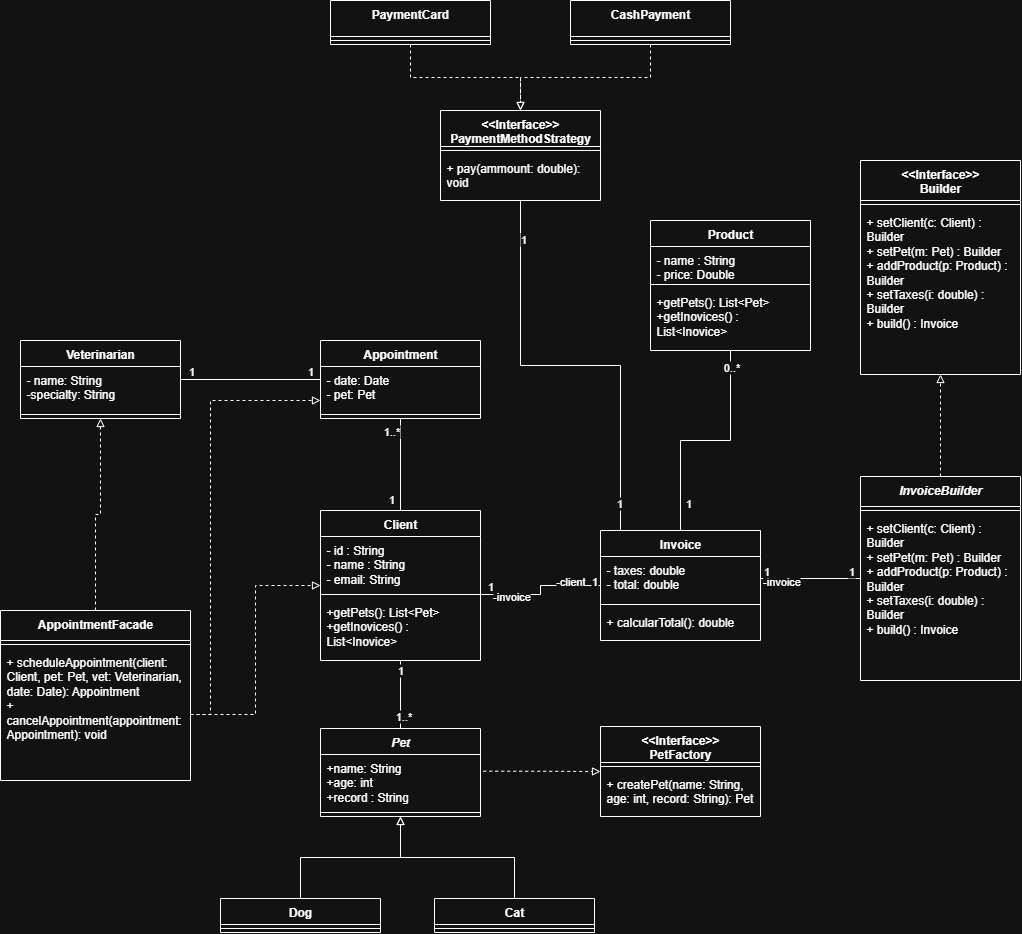
This is docs/uml/DiagramaClases.png from Dav10-32/PetCare360, a draw.io export, as it was before one commit. Source tidied: cells renumbered, new cells last; positions are measured from the earlier drawing's top-left corner, leaving out a move shared by most shapes.
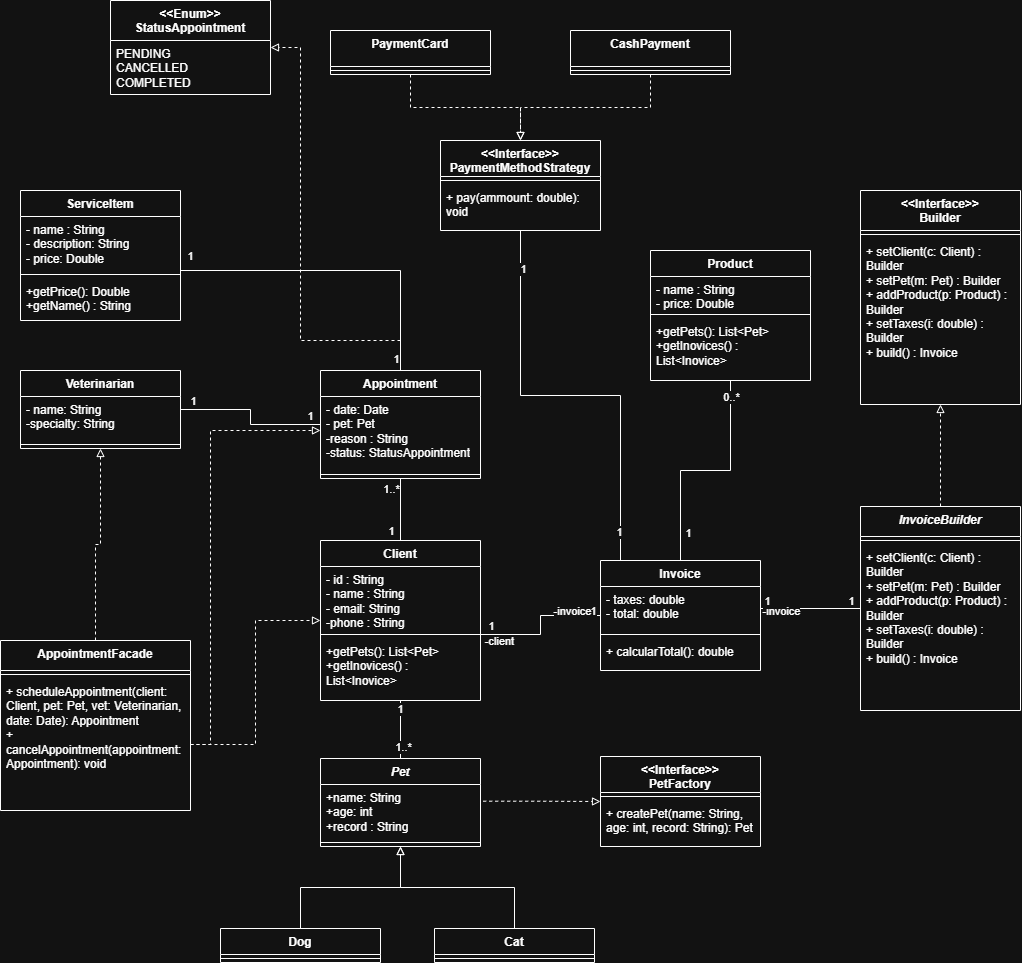
Later version of the same file.

The edit, as a diff of the source:
```diff
@@ -51,16 +51,16 @@
       <mxGeometry relative="1" as="geometry" />
     </mxCell>
     <mxCell id="18" value="Client" style="swimlane;fontStyle=1;align=center;verticalAlign=top;horizontal=1;startSize=26;whiteSpace=wrap;html=1;" parent="1" vertex="1">
-      <mxGeometry x="320" y="510" width="160" height="150" as="geometry" />
+      <mxGeometry x="320" y="510" width="160" height="160" as="geometry" />
     </mxCell>
-    <mxCell id="19" value="- id : String&lt;div&gt;- name : String&lt;/div&gt;&lt;div&gt;- email: String&lt;/div&gt;" style="text;strokeColor=none;fillColor=none;align=left;verticalAlign=top;spacingLeft=4;spacingRight=4;overflow=hidden;whiteSpace=wrap;html=1;" parent="18" vertex="1">
-      <mxGeometry y="26" width="160" height="54" as="geometry" />
+    <mxCell id="19" value="- id : String&lt;div&gt;- name : String&lt;/div&gt;&lt;div&gt;- email: String&lt;/div&gt;&lt;div&gt;-phone : String&lt;/div&gt;&lt;div&gt;&lt;br&gt;&lt;/div&gt;" style="text;strokeColor=none;fillColor=none;align=left;verticalAlign=top;spacingLeft=4;spacingRight=4;overflow=hidden;whiteSpace=wrap;html=1;" parent="18" vertex="1">
+      <mxGeometry y="26" width="160" height="64" as="geometry" />
     </mxCell>
     <mxCell id="20" style="line;strokeWidth=1;fillColor=none;align=left;verticalAlign=middle;spacingTop=-1;spacingLeft=3;spacingRight=3;labelPosition=right;points=[];portConstraint=eastwest;strokeColor=inherit;" parent="18" vertex="1">
-      <mxGeometry y="80" width="160" height="8" as="geometry" />
+      <mxGeometry y="90" width="160" height="8" as="geometry" />
     </mxCell>
     <mxCell id="21" value="+getPets(): List&amp;lt;Pet&amp;gt;&lt;div&gt;+getInovices() : List&amp;lt;Inovice&amp;gt;&lt;/div&gt;" style="text;strokeColor=none;fillColor=none;align=left;verticalAlign=top;spacingLeft=4;spacingRight=4;overflow=hidden;whiteSpace=wrap;html=1;" parent="18" vertex="1">
-      <mxGeometry y="88" width="160" height="62" as="geometry" />
+      <mxGeometry y="98" width="160" height="62" as="geometry" />
     </mxCell>
     <mxCell id="22" value="&amp;lt;&amp;lt;Interface&amp;gt;&amp;gt;&lt;br&gt;Builder" style="swimlane;fontStyle=1;align=center;verticalAlign=top;horizontal=1;startSize=40;whiteSpace=wrap;html=1;" parent="1" vertex="1">
       <mxGeometry x="860" y="160" width="160" height="214" as="geometry" />
@@ -157,7 +157,7 @@
     </mxCell>
     <mxCell id="48" value="1" style="edgeLabel;html=1;align=center;verticalAlign=middle;" parent="47" vertex="1">
       <mxGeometry x="0.57" y="-1" relative="1" as="geometry">
-        <mxPoint x="-9" y="8" as="offset" />
+        <mxPoint x="-9" y="4" as="offset" />
       </mxGeometry>
     </mxCell>
     <mxCell id="49" value="1..*" style="edgeLabel;html=1;align=center;verticalAlign=middle;" parent="47" vertex="1">
@@ -165,14 +165,38 @@
         <mxPoint x="-10" y="6" as="offset" />
       </mxGeometry>
     </mxCell>
+    <mxCell id="79" style="edgeStyle=orthogonalEdgeStyle;rounded=0;jettySize=auto;html=1;endArrow=none;endFill=0;" parent="1" edge="1" source="50" target="83">
+      <mxGeometry relative="1" as="geometry">
+        <Array as="points">
+          <mxPoint x="400" y="240" />
+        </Array>
+      </mxGeometry>
+    </mxCell>
+    <mxCell id="80" value="1" style="edgeLabel;html=1;align=center;verticalAlign=middle;" parent="79" vertex="1">
+      <mxGeometry x="0.94" y="-2" relative="1" as="geometry">
+        <mxPoint x="1" y="-13" as="offset" />
+      </mxGeometry>
+    </mxCell>
+    <mxCell id="81" value="1" style="edgeLabel;html=1;align=center;verticalAlign=middle;" parent="79" vertex="1">
+      <mxGeometry x="-0.93" y="5" relative="1" as="geometry" />
+    </mxCell>
+    <mxCell id="82" style="edgeStyle=orthogonalEdgeStyle;rounded=0;jettySize=auto;html=1;dashed=1;endArrow=block;endFill=0;" parent="1" edge="1" source="50" target="87">
+      <mxGeometry relative="1" as="geometry">
+        <Array as="points">
+          <mxPoint x="400" y="310" />
+          <mxPoint x="300" y="310" />
+          <mxPoint x="300" y="17" />
+        </Array>
+      </mxGeometry>
+    </mxCell>
     <mxCell id="50" value="Appointment" style="swimlane;fontStyle=1;align=center;verticalAlign=top;horizontal=1;startSize=26;whiteSpace=wrap;html=1;" parent="1" vertex="1">
-      <mxGeometry x="320" y="340" width="160" height="78" as="geometry" />
+      <mxGeometry x="320" y="340" width="160" height="108" as="geometry" />
     </mxCell>
-    <mxCell id="51" value="&lt;div&gt;- date: Date&lt;/div&gt;&lt;div&gt;- pet: Pet&lt;/div&gt;" style="text;strokeColor=none;fillColor=none;align=left;verticalAlign=top;spacingLeft=4;spacingRight=4;overflow=hidden;whiteSpace=wrap;html=1;" parent="50" vertex="1">
-      <mxGeometry y="26" width="160" height="44" as="geometry" />
+    <mxCell id="51" value="&lt;div&gt;- date: Date&lt;/div&gt;&lt;div&gt;- pet: Pet&lt;/div&gt;&lt;div&gt;-reason : String&lt;/div&gt;&lt;div&gt;-status: StatusAppointment&lt;/div&gt;&lt;div&gt;&lt;br&gt;&lt;/div&gt;" style="text;strokeColor=none;fillColor=none;align=left;verticalAlign=top;spacingLeft=4;spacingRight=4;overflow=hidden;whiteSpace=wrap;html=1;" parent="50" vertex="1">
+      <mxGeometry y="26" width="160" height="74" as="geometry" />
     </mxCell>
     <mxCell id="52" style="line;strokeWidth=1;fillColor=none;align=left;verticalAlign=middle;spacingTop=-1;spacingLeft=3;spacingRight=3;labelPosition=right;strokeColor=inherit;" parent="50" vertex="1">
-      <mxGeometry y="70" width="160" height="8" as="geometry" />
+      <mxGeometry y="100" width="160" height="8" as="geometry" />
     </mxCell>
     <mxCell id="53" value="Veterinarian" style="swimlane;fontStyle=1;align=center;verticalAlign=top;horizontal=1;startSize=26;whiteSpace=wrap;html=1;" parent="1" vertex="1">
       <mxGeometry x="20" y="340" width="160" height="78" as="geometry" />
@@ -238,12 +262,12 @@
     </mxCell>
     <mxCell id="71" value="-invoice" style="edgeLabel;html=1;align=center;verticalAlign=middle;" parent="68" vertex="1">
       <mxGeometry x="-0.76" y="-1" relative="1" as="geometry">
-        <mxPoint x="14" as="offset" />
+        <mxPoint x="74" y="-25" as="offset" />
       </mxGeometry>
     </mxCell>
     <mxCell id="72" value="-client" style="edgeLabel;html=1;align=center;verticalAlign=middle;" parent="68" vertex="1">
       <mxGeometry x="0.68" y="1" relative="1" as="geometry">
-        <mxPoint x="-10" y="-4" as="offset" />
+        <mxPoint x="-80" y="26" as="offset" />
       </mxGeometry>
     </mxCell>
     <mxCell id="73" style="edgeStyle=orthogonalEdgeStyle;rounded=0;jettySize=auto;html=1;dashed=1;endArrow=block;endFill=0;" parent="1" edge="1" source="74" target="53">
@@ -269,5 +293,23 @@
     <mxCell id="78" style="edgeStyle=orthogonalEdgeStyle;rounded=0;jettySize=auto;html=1;dashed=1;endArrow=block;endFill=0;" parent="1" edge="1" source="76" target="18">
       <mxGeometry relative="1" as="geometry" />
     </mxCell>
+    <mxCell id="83" value="ServiceItem" style="swimlane;fontStyle=1;align=center;verticalAlign=top;horizontal=1;startSize=26;whiteSpace=wrap;html=1;" parent="1" vertex="1">
+      <mxGeometry x="20" y="160" width="160" height="130" as="geometry" />
+    </mxCell>
+    <mxCell id="84" value="- name : String&lt;div&gt;- description: String&lt;/div&gt;&lt;div&gt;- price: Double&lt;/div&gt;" style="text;strokeColor=none;fillColor=none;align=left;verticalAlign=top;spacingLeft=4;spacingRight=4;overflow=hidden;whiteSpace=wrap;html=1;" parent="83" vertex="1">
+      <mxGeometry y="26" width="160" height="54" as="geometry" />
+    </mxCell>
+    <mxCell id="85" style="line;strokeWidth=1;fillColor=none;align=left;verticalAlign=middle;spacingTop=-1;spacingLeft=3;spacingRight=3;labelPosition=right;strokeColor=inherit;" parent="83" vertex="1">
+      <mxGeometry y="80" width="160" height="8" as="geometry" />
+    </mxCell>
+    <mxCell id="86" value="+getPrice(): Double&lt;div&gt;+getName() : String&lt;/div&gt;" style="text;strokeColor=none;fillColor=none;align=left;verticalAlign=top;spacingLeft=4;spacingRight=4;overflow=hidden;whiteSpace=wrap;html=1;" parent="83" vertex="1">
+      <mxGeometry y="88" width="160" height="42" as="geometry" />
+    </mxCell>
+    <mxCell id="87" value="&amp;lt;&amp;lt;Enum&amp;gt;&amp;gt;&lt;br&gt;StatusAppointment" style="swimlane;fontStyle=1;align=center;verticalAlign=top;horizontal=1;startSize=40;whiteSpace=wrap;html=1;" parent="1" vertex="1">
+      <mxGeometry x="110" y="-30" width="160" height="94" as="geometry" />
+    </mxCell>
+    <mxCell id="88" value="PENDING&lt;br&gt;CANCELLED&lt;div&gt;COMPLETED&lt;/div&gt;" style="text;strokeColor=none;fillColor=none;align=left;verticalAlign=top;spacingLeft=4;spacingRight=4;overflow=hidden;whiteSpace=wrap;html=1;" parent="87" vertex="1">
+      <mxGeometry y="40" width="160" height="54" as="geometry" />
+    </mxCell>
   </root>
 </mxGraphModel>
```
